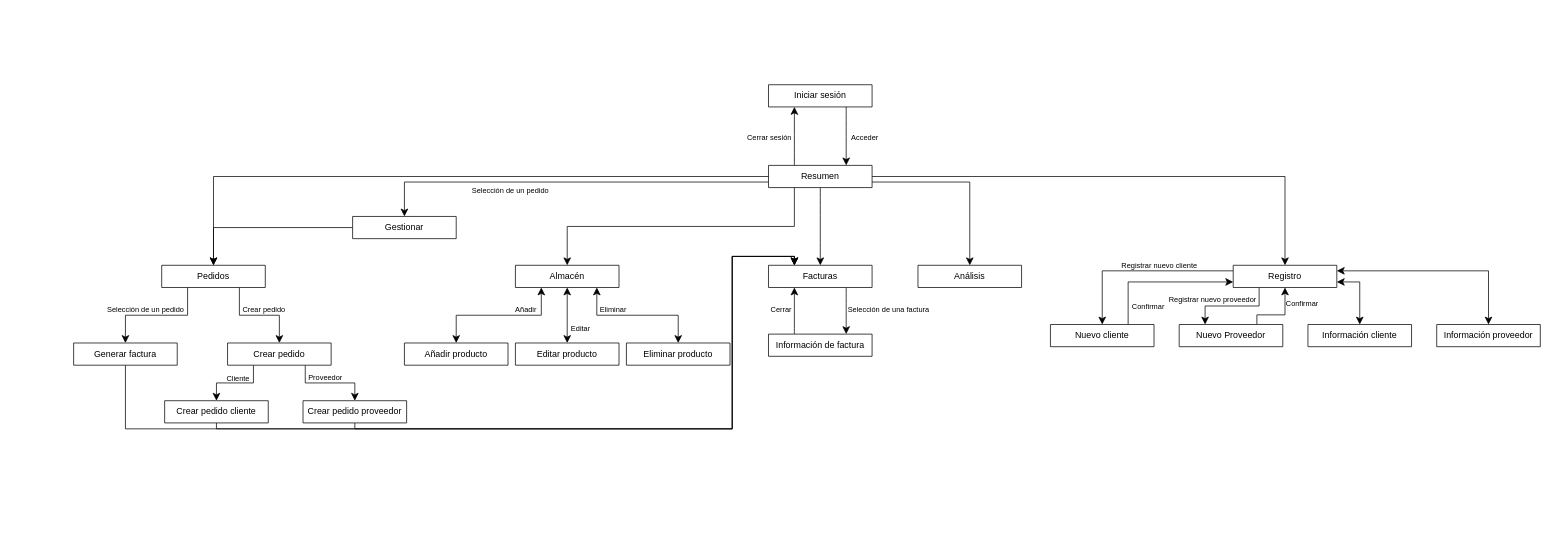
This is diagrams/Diagrama Navegación App.drawio from ClaudiaOviedoGovantes/ComercialPostigo, a draw.io file, before an edit. Source tidied: cells renumbered, new cells numbered last; positions are measured from the earlier drawing's top-left corner, leaving out a move shared by most shapes. Both pictures are drawn from the tidied source at 74%, with x=0, y=0 at pixel (73, 84).
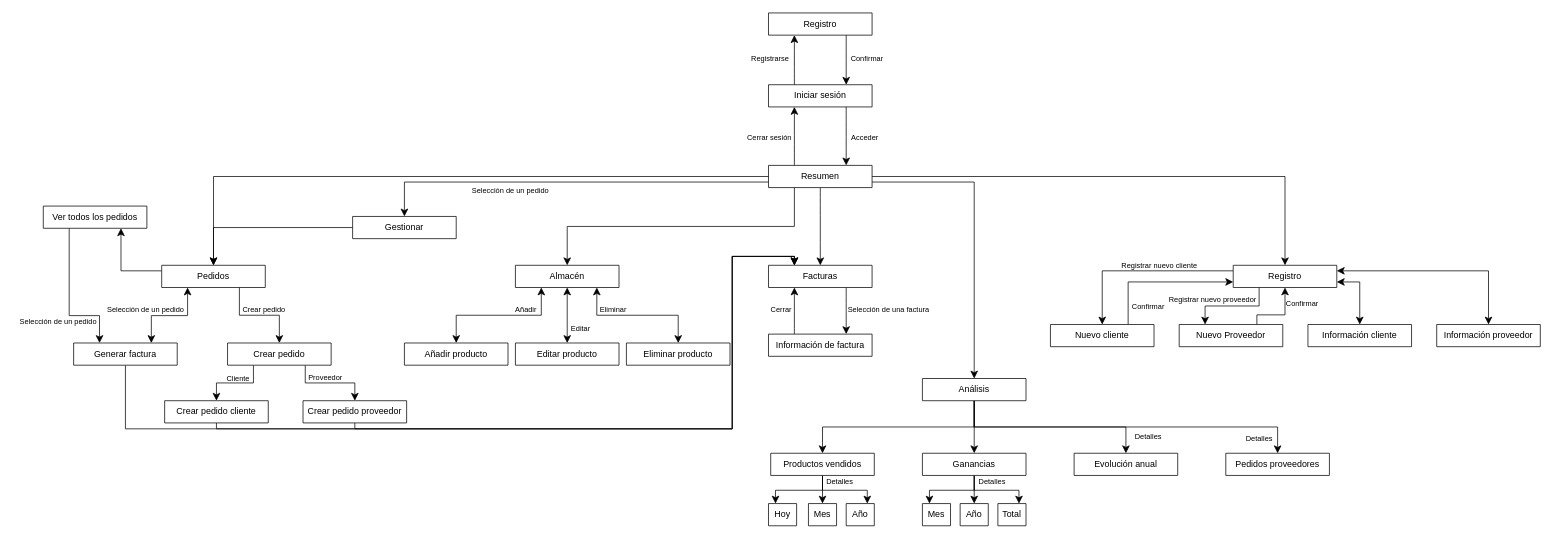
The same diagram, later.

The change refers to these unchanged cells:
```xml
<mxCell id="4" value="Iniciar sesión" style="swimlane;fontStyle=0;horizontal=1;startSize=30;whiteSpace=wrap;html=1;" parent="1" vertex="1">
  <mxGeometry x="939" width="140" height="30" as="geometry" />
</mxCell>
<mxCell id="11" value="Pedidos" style="swimlane;fontStyle=0;horizontal=1;startSize=30;whiteSpace=wrap;html=1;" parent="1" vertex="1">
  <mxGeometry x="119" y="244" width="140" height="30" as="geometry" />
</mxCell>
<mxCell id="31" value="Generar factura" style="swimlane;fontStyle=0;horizontal=1;startSize=30;whiteSpace=wrap;html=1;" parent="1" vertex="1">
  <mxGeometry y="349" width="140" height="30" as="geometry" />
</mxCell>
```

What changed in the source:
```diff
@@
-    <mxCell id="9" style="edgeStyle=orthogonalEdgeStyle;rounded=0;jettySize=auto;html=1;exitX=0.25;exitY=1;exitDx=0;exitDy=0;entryX=0.5;entryY=0;entryDx=0;entryDy=0;fontSize=12;startSize=8;endSize=8;" parent="1" edge="1" source="11" target="31">
-      <mxGeometry relative="1" as="geometry" />
-    </mxCell>
@@
+    <mxCell id="65" style="edgeStyle=orthogonalEdgeStyle;rounded=0;jettySize=auto;html=1;exitX=0;exitY=0.25;exitDx=0;exitDy=0;entryX=0.75;entryY=1;entryDx=0;entryDy=0;fontSize=12;startSize=8;endSize=8;" parent="1" edge="1" source="11" target="77">
+      <mxGeometry relative="1" as="geometry" />
+    </mxCell>
@@
+    <mxCell id="66" style="edgeStyle=orthogonalEdgeStyle;rounded=0;jettySize=auto;html=1;exitX=0.5;exitY=1;exitDx=0;exitDy=0;entryX=0.5;entryY=0;entryDx=0;entryDy=0;fontSize=12;startSize=8;endSize=8;" parent="1" edge="1" source="15" target="82">
+      <mxGeometry relative="1" as="geometry" />
+    </mxCell>
+    <mxCell id="67" style="edgeStyle=orthogonalEdgeStyle;rounded=0;jettySize=auto;html=1;exitX=0.5;exitY=1;exitDx=0;exitDy=0;entryX=0.5;entryY=0;entryDx=0;entryDy=0;fontSize=12;startSize=8;endSize=8;" parent="1" edge="1" source="15" target="86">
+      <mxGeometry relative="1" as="geometry" />
+    </mxCell>
+    <mxCell id="68" style="edgeStyle=orthogonalEdgeStyle;rounded=0;jettySize=auto;html=1;exitX=0.5;exitY=1;exitDx=0;exitDy=0;entryX=0.5;entryY=0;entryDx=0;entryDy=0;fontSize=12;startSize=8;endSize=8;" parent="1" edge="1" source="15" target="88">
+      <mxGeometry relative="1" as="geometry" />
+    </mxCell>
+    <mxCell id="69" style="edgeStyle=orthogonalEdgeStyle;rounded=0;jettySize=auto;html=1;exitX=0.5;exitY=1;exitDx=0;exitDy=0;entryX=0.5;entryY=0;entryDx=0;entryDy=0;fontSize=12;startSize=8;endSize=8;" parent="1" edge="1" source="15" target="87">
+      <mxGeometry relative="1" as="geometry" />
+    </mxCell>
     <mxCell id="15" value="Análisis" style="swimlane;fontStyle=0;horizontal=1;startSize=30;whiteSpace=wrap;html=1;" parent="1" vertex="1">
-      <mxGeometry x="1141" y="244" width="140" height="30" as="geometry" />
+      <mxGeometry x="1147" y="397" width="140" height="30" as="geometry" />
     </mxCell>
@@
+    <mxCell id="70" value="Registro" style="swimlane;fontStyle=0;horizontal=1;startSize=30;whiteSpace=wrap;html=1;" parent="1" vertex="1">
+      <mxGeometry x="939" y="-97" width="140" height="30" as="geometry" />
+    </mxCell>
+    <mxCell id="71" style="endArrow=classic;html=1;rounded=0;fontSize=12;startSize=8;endSize=8;curved=1;exitX=0.25;exitY=0;exitDx=0;exitDy=0;entryX=0.25;entryY=1;entryDx=0;entryDy=0;" parent="1" edge="1" source="4" target="70">
+      <mxGeometry relative="1" as="geometry" />
+    </mxCell>
+    <mxCell id="72" style="endArrow=classic;html=1;rounded=0;fontSize=12;startSize=8;endSize=8;curved=1;exitX=0.75;exitY=1;exitDx=0;exitDy=0;entryX=0.75;entryY=0;entryDx=0;entryDy=0;" parent="1" edge="1" source="70" target="4">
+      <mxGeometry relative="1" as="geometry" />
+    </mxCell>
+    <mxCell id="73" value="Registrarse" style="text;html=1;align=center;verticalAlign=middle;strokeColor=none;fillColor=none;fontSize=10;" parent="1" vertex="1">
+      <mxGeometry x="906" y="-48" width="69" height="24" as="geometry" />
+    </mxCell>
+    <mxCell id="74" value="Confirmar" style="text;html=1;align=center;verticalAlign=middle;strokeColor=none;fillColor=none;fontSize=10;" parent="1" vertex="1">
+      <mxGeometry x="1041" y="-48" width="62" height="24" as="geometry" />
+    </mxCell>
+    <mxCell id="75" style="endArrow=classic;startArrow=classic;html=1;rounded=0;fontSize=12;startSize=8;endSize=8;exitX=0.75;exitY=0;exitDx=0;exitDy=0;entryX=0.25;entryY=1;entryDx=0;entryDy=0;edgeStyle=orthogonalEdgeStyle;" parent="1" edge="1" source="31" target="11">
+      <mxGeometry relative="1" as="geometry">
+        <Array as="points">
+          <mxPoint x="105" y="312" />
+          <mxPoint x="154" y="312" />
+        </Array>
+      </mxGeometry>
+    </mxCell>
+    <mxCell id="76" style="edgeStyle=orthogonalEdgeStyle;rounded=0;jettySize=auto;html=1;exitX=0.25;exitY=1;exitDx=0;exitDy=0;entryX=0.25;entryY=0;entryDx=0;entryDy=0;fontSize=12;startSize=8;endSize=8;" parent="1" edge="1" source="77" target="31">
+      <mxGeometry relative="1" as="geometry">
+        <Array as="points">
+          <mxPoint x="-6" y="312" />
+          <mxPoint x="35" y="312" />
+        </Array>
+      </mxGeometry>
+    </mxCell>
+    <mxCell id="77" value="Ver todos los pedidos" style="swimlane;fontStyle=0;horizontal=1;startSize=30;whiteSpace=wrap;html=1;" parent="1" vertex="1">
+      <mxGeometry x="-41" y="164" width="140" height="30" as="geometry" />
+    </mxCell>
+    <mxCell id="78" value="&lt;font style=&quot;font-size: 10px;&quot;&gt;Selección de un pedido&lt;/font&gt;" style="text;html=1;align=center;verticalAlign=middle;strokeColor=none;fillColor=none;fontSize=16;" parent="1" vertex="1">
+      <mxGeometry x="-82" y="302" width="122" height="31" as="geometry" />
+    </mxCell>
+    <mxCell id="79" style="edgeStyle=orthogonalEdgeStyle;rounded=0;jettySize=auto;html=1;exitX=0.5;exitY=1;exitDx=0;exitDy=0;entryX=0.25;entryY=0;entryDx=0;entryDy=0;fontSize=12;startSize=8;endSize=8;" parent="1" edge="1" source="82" target="91">
+      <mxGeometry relative="1" as="geometry" />
+    </mxCell>
+    <mxCell id="80" style="edgeStyle=orthogonalEdgeStyle;rounded=0;jettySize=auto;html=1;exitX=0.5;exitY=1;exitDx=0;exitDy=0;entryX=0.5;entryY=0;entryDx=0;entryDy=0;fontSize=12;startSize=8;endSize=8;" parent="1" edge="1" source="82" target="92">
+      <mxGeometry relative="1" as="geometry" />
+    </mxCell>
+    <mxCell id="81" style="edgeStyle=orthogonalEdgeStyle;rounded=0;jettySize=auto;html=1;exitX=0.5;exitY=1;exitDx=0;exitDy=0;entryX=0.75;entryY=0;entryDx=0;entryDy=0;fontSize=12;startSize=8;endSize=8;" parent="1" edge="1" source="82" target="93">
+      <mxGeometry relative="1" as="geometry" />
+    </mxCell>
+    <mxCell id="82" value="Productos vendidos" style="swimlane;fontStyle=0;horizontal=1;startSize=30;whiteSpace=wrap;html=1;" parent="1" vertex="1">
+      <mxGeometry x="942" y="498" width="140" height="30" as="geometry" />
+    </mxCell>
+    <mxCell id="83" style="edgeStyle=orthogonalEdgeStyle;rounded=0;jettySize=auto;html=1;exitX=0.5;exitY=1;exitDx=0;exitDy=0;entryX=0.25;entryY=0;entryDx=0;entryDy=0;fontSize=12;startSize=8;endSize=8;" parent="1" edge="1" source="86" target="95">
+      <mxGeometry relative="1" as="geometry" />
+    </mxCell>
+    <mxCell id="84" style="edgeStyle=orthogonalEdgeStyle;rounded=0;jettySize=auto;html=1;exitX=0.5;exitY=1;exitDx=0;exitDy=0;entryX=0.5;entryY=0;entryDx=0;entryDy=0;fontSize=12;startSize=8;endSize=8;" parent="1" edge="1" source="86" target="96">
+      <mxGeometry relative="1" as="geometry" />
+    </mxCell>
+    <mxCell id="85" style="edgeStyle=orthogonalEdgeStyle;rounded=0;jettySize=auto;html=1;exitX=0.5;exitY=1;exitDx=0;exitDy=0;entryX=0.75;entryY=0;entryDx=0;entryDy=0;fontSize=12;startSize=8;endSize=8;" parent="1" edge="1" source="86" target="97">
+      <mxGeometry relative="1" as="geometry" />
+    </mxCell>
+    <mxCell id="86" value="Ganancias" style="swimlane;fontStyle=0;horizontal=1;startSize=30;whiteSpace=wrap;html=1;" parent="1" vertex="1">
+      <mxGeometry x="1147" y="498" width="140" height="30" as="geometry" />
+    </mxCell>
+    <mxCell id="87" value="Evolución anual" style="swimlane;fontStyle=0;horizontal=1;startSize=30;whiteSpace=wrap;html=1;" parent="1" vertex="1">
+      <mxGeometry x="1352" y="498" width="140" height="30" as="geometry" />
+    </mxCell>
+    <mxCell id="88" value="Pedidos proveedores" style="swimlane;fontStyle=0;horizontal=1;startSize=30;whiteSpace=wrap;html=1;" parent="1" vertex="1">
+      <mxGeometry x="1557" y="498" width="140" height="30" as="geometry" />
+    </mxCell>
+    <mxCell id="89" value="&lt;font style=&quot;font-size: 10px;&quot;&gt;Detalles&lt;/font&gt;" style="text;html=1;align=center;verticalAlign=middle;strokeColor=none;fillColor=none;fontSize=16;" parent="1" vertex="1">
+      <mxGeometry x="1425" y="457" width="54" height="31" as="geometry" />
+    </mxCell>
+    <mxCell id="90" value="&lt;font style=&quot;font-size: 10px;&quot;&gt;Detalles&lt;/font&gt;" style="text;html=1;align=center;verticalAlign=middle;strokeColor=none;fillColor=none;fontSize=16;" parent="1" vertex="1">
+      <mxGeometry x="1575" y="460" width="54" height="31" as="geometry" />
+    </mxCell>
+    <mxCell id="91" value="Hoy" style="swimlane;fontStyle=0;horizontal=1;startSize=30;whiteSpace=wrap;html=1;" parent="1" vertex="1">
+      <mxGeometry x="939" y="566" width="38" height="30" as="geometry" />
+    </mxCell>
+    <mxCell id="92" value="Mes" style="swimlane;fontStyle=0;horizontal=1;startSize=30;whiteSpace=wrap;html=1;" parent="1" vertex="1">
+      <mxGeometry x="993" y="566" width="38" height="30" as="geometry" />
+    </mxCell>
+    <mxCell id="93" value="Año" style="swimlane;fontStyle=0;horizontal=1;startSize=30;whiteSpace=wrap;html=1;" parent="1" vertex="1">
+      <mxGeometry x="1044" y="566" width="38" height="30" as="geometry" />
+    </mxCell>
+    <mxCell id="94" value="&lt;font style=&quot;font-size: 10px;&quot;&gt;Detalles&lt;/font&gt;" style="text;html=1;align=center;verticalAlign=middle;strokeColor=none;fillColor=none;fontSize=16;" parent="1" vertex="1">
+      <mxGeometry x="1008" y="518" width="54" height="31" as="geometry" />
+    </mxCell>
+    <mxCell id="95" value="Mes" style="swimlane;fontStyle=0;horizontal=1;startSize=30;whiteSpace=wrap;html=1;" parent="1" vertex="1">
+      <mxGeometry x="1147" y="566" width="38" height="30" as="geometry" />
+    </mxCell>
+    <mxCell id="96" value="Año" style="swimlane;fontStyle=0;horizontal=1;startSize=30;whiteSpace=wrap;html=1;" parent="1" vertex="1">
+      <mxGeometry x="1198" y="566" width="38" height="30" as="geometry" />
+    </mxCell>
+    <mxCell id="97" value="Total" style="swimlane;fontStyle=0;horizontal=1;startSize=30;whiteSpace=wrap;html=1;" parent="1" vertex="1">
+      <mxGeometry x="1249" y="566" width="38" height="30" as="geometry" />
+    </mxCell>
+    <mxCell id="98" value="&lt;font style=&quot;font-size: 10px;&quot;&gt;Detalles&lt;/font&gt;" style="text;html=1;align=center;verticalAlign=middle;strokeColor=none;fillColor=none;fontSize=16;" parent="1" vertex="1">
+      <mxGeometry x="1214" y="518" width="54" height="31" as="geometry" />
+    </mxCell>
```
